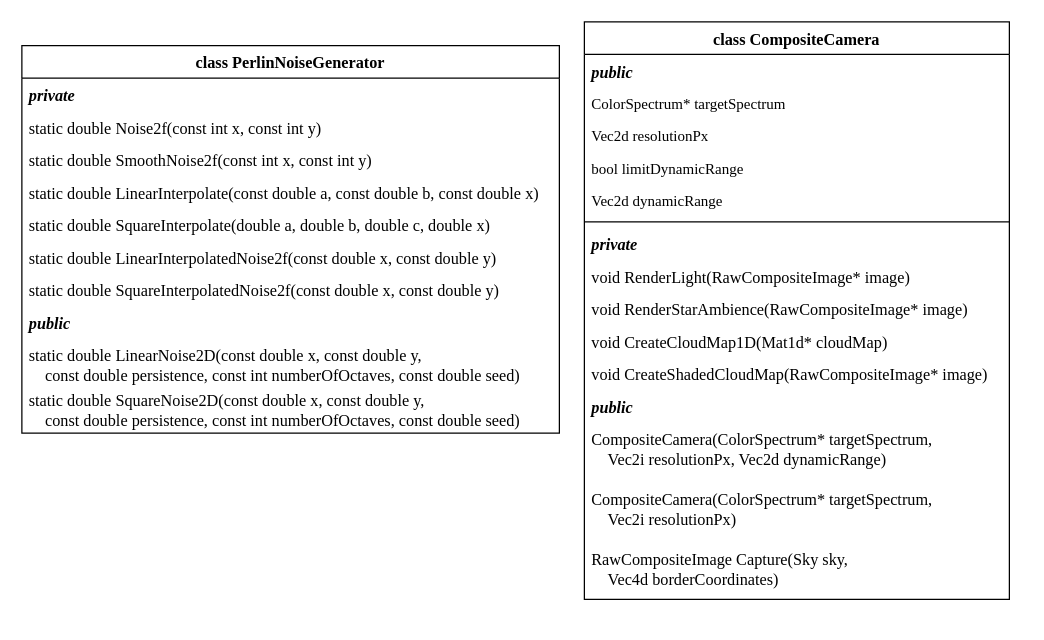
The draw.io diagram page "CompositeCamera" (4 of 8) of Docs/Class diagrams.drawio in SpatiumOwl/ComplexSky-2.0, before the edit. Source tidied: cells renumbered, new cells numbered last; positions are measured from the earlier drawing's top-left corner, leaving out a move shared by most shapes. Both pictures are drawn from the tidied source at 125%, with x=0, y=0 at pixel (21, 21).
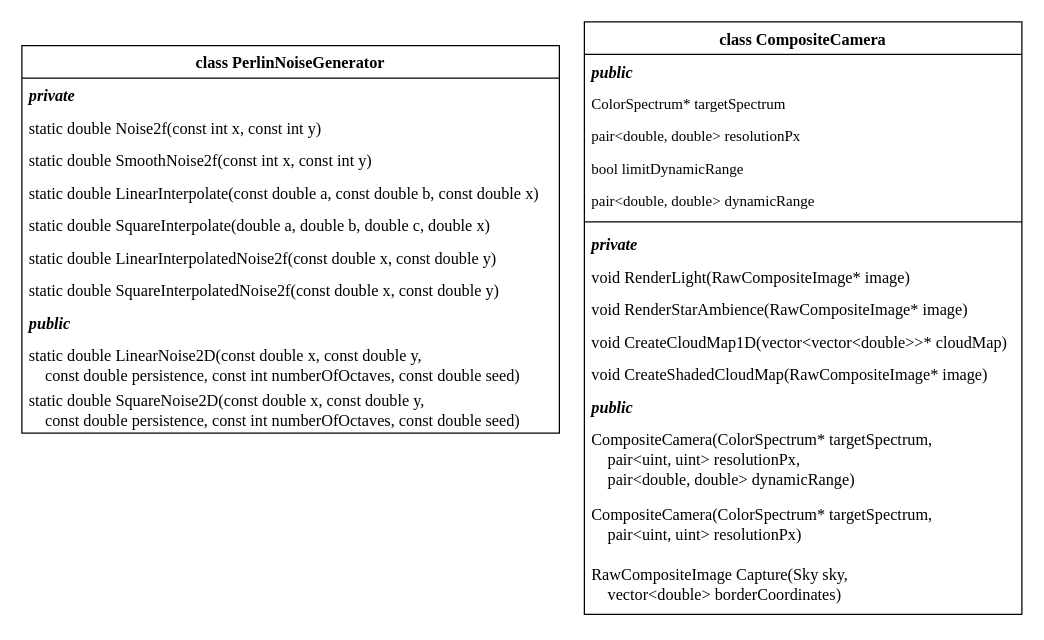
Above is the later version.

The edit, as a diff of the source:
```diff
@@
     <mxCell id="2" value="class CompositeCamera" style="swimlane;fontStyle=1;align=center;verticalAlign=top;horizontal=1;startSize=26;fontFamily=Times New Roman;fontSize=13;" parent="1" vertex="1">
-      <mxGeometry x="450" width="340" height="462" as="geometry" />
+      <mxGeometry x="450" width="350" height="474" as="geometry" />
     </mxCell>
     <mxCell id="3" value="public" style="text;strokeColor=none;fillColor=none;align=left;verticalAlign=top;spacingLeft=4;spacingRight=4;overflow=hidden;fontStyle=3;fontFamily=Times New Roman;fontSize=13;" parent="2" vertex="1">
-      <mxGeometry y="26" width="340" height="26" as="geometry" />
+      <mxGeometry y="26" width="350" height="26" as="geometry" />
     </mxCell>
     <mxCell id="4" value="&lt;font face=&quot;Times New Roman&quot;&gt;ColorSpectrum* targetSpectrum&lt;/font&gt;" style="text;strokeColor=none;fillColor=none;align=left;verticalAlign=top;spacingLeft=4;spacingRight=4;overflow=hidden;whiteSpace=wrap;html=1;" parent="2" vertex="1">
-      <mxGeometry y="52" width="340" height="26" as="geometry" />
+      <mxGeometry y="52" width="350" height="26" as="geometry" />
     </mxCell>
-    <mxCell id="5" value="&lt;font face=&quot;Times New Roman&quot;&gt;Vec2d resolutionPx&lt;/font&gt;" style="text;strokeColor=none;fillColor=none;align=left;verticalAlign=top;spacingLeft=4;spacingRight=4;overflow=hidden;whiteSpace=wrap;html=1;" parent="2" vertex="1">
-      <mxGeometry y="78" width="340" height="26" as="geometry" />
+    <mxCell id="5" value="&lt;font face=&quot;Times New Roman&quot;&gt;pair&amp;lt;double, double&amp;gt;&amp;nbsp;resolutionPx&lt;/font&gt;" style="text;strokeColor=none;fillColor=none;align=left;verticalAlign=top;spacingLeft=4;spacingRight=4;overflow=hidden;whiteSpace=wrap;html=1;" parent="2" vertex="1">
+      <mxGeometry y="78" width="350" height="26" as="geometry" />
     </mxCell>
     <mxCell id="6" value="bool limitDynamicRange" style="text;strokeColor=none;fillColor=none;align=left;verticalAlign=top;spacingLeft=4;spacingRight=4;overflow=hidden;whiteSpace=wrap;html=1;fontFamily=Times New Roman;" parent="2" vertex="1">
-      <mxGeometry y="104" width="340" height="26" as="geometry" />
+      <mxGeometry y="104" width="350" height="26" as="geometry" />
     </mxCell>
-    <mxCell id="7" value="Vec2d dynamicRange" style="text;strokeColor=none;fillColor=none;align=left;verticalAlign=top;spacingLeft=4;spacingRight=4;overflow=hidden;whiteSpace=wrap;html=1;fontFamily=Times New Roman;" parent="2" vertex="1">
-      <mxGeometry y="130" width="340" height="26" as="geometry" />
+    <mxCell id="7" value="pair&amp;lt;double, double&amp;gt;&amp;nbsp;dynamicRange" style="text;strokeColor=none;fillColor=none;align=left;verticalAlign=top;spacingLeft=4;spacingRight=4;overflow=hidden;whiteSpace=wrap;html=1;fontFamily=Times New Roman;" parent="2" vertex="1">
+      <mxGeometry y="130" width="350" height="26" as="geometry" />
     </mxCell>
     <mxCell id="8" style="line;strokeWidth=1;fillColor=none;align=left;verticalAlign=middle;spacingTop=-1;spacingLeft=3;spacingRight=3;labelPosition=right;fontFamily=Times New Roman;fontSize=13;" parent="2" vertex="1">
-      <mxGeometry y="156" width="340" height="8" as="geometry" />
+      <mxGeometry y="156" width="350" height="8" as="geometry" />
     </mxCell>
     <mxCell id="9" value="private" style="text;strokeColor=none;fillColor=none;align=left;verticalAlign=top;spacingLeft=4;spacingRight=4;overflow=hidden;fontStyle=3;fontFamily=Times New Roman;fontSize=13;" parent="2" vertex="1">
-      <mxGeometry y="164" width="340" height="26" as="geometry" />
+      <mxGeometry y="164" width="350" height="26" as="geometry" />
     </mxCell>
     <mxCell id="10" value="void RenderLight(RawCompositeImage* image)" style="text;strokeColor=none;fillColor=none;align=left;verticalAlign=top;spacingLeft=4;spacingRight=4;overflow=hidden;fontFamily=Times New Roman;fontSize=13;" parent="2" vertex="1">
-      <mxGeometry y="190" width="340" height="26" as="geometry" />
+      <mxGeometry y="190" width="350" height="26" as="geometry" />
     </mxCell>
     <mxCell id="11" value="void RenderStarAmbience(RawCompositeImage* image)" style="text;strokeColor=none;fillColor=none;align=left;verticalAlign=top;spacingLeft=4;spacingRight=4;overflow=hidden;fontFamily=Times New Roman;fontSize=13;" parent="2" vertex="1">
-      <mxGeometry y="216" width="340" height="26" as="geometry" />
+      <mxGeometry y="216" width="350" height="26" as="geometry" />
     </mxCell>
-    <mxCell id="12" value="void CreateCloudMap1D(Mat1d* cloudMap)" style="text;strokeColor=none;fillColor=none;align=left;verticalAlign=top;spacingLeft=4;spacingRight=4;overflow=hidden;fontFamily=Times New Roman;fontSize=13;" parent="2" vertex="1">
-      <mxGeometry y="242" width="340" height="26" as="geometry" />
+    <mxCell id="12" value="void CreateCloudMap1D(vector&lt;vector&lt;double&gt;&gt;* cloudMap)" style="text;strokeColor=none;fillColor=none;align=left;verticalAlign=top;spacingLeft=4;spacingRight=4;overflow=hidden;fontFamily=Times New Roman;fontSize=13;" parent="2" vertex="1">
+      <mxGeometry y="242" width="350" height="26" as="geometry" />
     </mxCell>
     <mxCell id="13" value="void CreateShadedCloudMap(RawCompositeImage* image)" style="text;strokeColor=none;fillColor=none;align=left;verticalAlign=top;spacingLeft=4;spacingRight=4;overflow=hidden;fontFamily=Times New Roman;fontSize=13;" parent="2" vertex="1">
-      <mxGeometry y="268" width="340" height="26" as="geometry" />
+      <mxGeometry y="268" width="350" height="26" as="geometry" />
     </mxCell>
     <mxCell id="14" value="public" style="text;strokeColor=none;fillColor=none;align=left;verticalAlign=top;spacingLeft=4;spacingRight=4;overflow=hidden;fontStyle=3;fontFamily=Times New Roman;fontSize=13;" parent="2" vertex="1">
-      <mxGeometry y="294" width="340" height="26" as="geometry" />
+      <mxGeometry y="294" width="350" height="26" as="geometry" />
     </mxCell>
-    <mxCell id="15" value="CompositeCamera(ColorSpectrum* targetSpectrum, &#10;    Vec2i resolutionPx, Vec2d dynamicRange)" style="text;strokeColor=none;fillColor=none;align=left;verticalAlign=top;spacingLeft=4;spacingRight=4;overflow=hidden;fontFamily=Times New Roman;fontSize=13;" parent="2" vertex="1">
-      <mxGeometry y="320" width="340" height="48" as="geometry" />
+    <mxCell id="15" value="CompositeCamera(ColorSpectrum* targetSpectrum, &#10;    pair&lt;uint, uint&gt; resolutionPx, &#10;    pair&lt;double, double&gt; dynamicRange)" style="text;strokeColor=none;fillColor=none;align=left;verticalAlign=top;spacingLeft=4;spacingRight=4;overflow=hidden;fontFamily=Times New Roman;fontSize=13;" parent="2" vertex="1">
+      <mxGeometry y="320" width="350" height="60" as="geometry" />
     </mxCell>
-    <mxCell id="16" value="CompositeCamera(ColorSpectrum* targetSpectrum, &#10;    Vec2i resolutionPx)" style="text;strokeColor=none;fillColor=none;align=left;verticalAlign=top;spacingLeft=4;spacingRight=4;overflow=hidden;fontFamily=Times New Roman;fontSize=13;" parent="2" vertex="1">
-      <mxGeometry y="368" width="340" height="48" as="geometry" />
+    <mxCell id="16" value="CompositeCamera(ColorSpectrum* targetSpectrum, &#10;    pair&lt;uint, uint&gt; resolutionPx)" style="text;strokeColor=none;fillColor=none;align=left;verticalAlign=top;spacingLeft=4;spacingRight=4;overflow=hidden;fontFamily=Times New Roman;fontSize=13;" parent="2" vertex="1">
+      <mxGeometry y="380" width="350" height="48" as="geometry" />
     </mxCell>
-    <mxCell id="17" value="RawCompositeImage Capture(Sky sky, &#10;    Vec4d borderCoordinates)" style="text;strokeColor=none;fillColor=none;align=left;verticalAlign=top;spacingLeft=4;spacingRight=4;overflow=hidden;fontFamily=Times New Roman;fontSize=13;" parent="2" vertex="1">
-      <mxGeometry y="416" width="340" height="46" as="geometry" />
+    <mxCell id="17" value="RawCompositeImage Capture(Sky sky, &#10;    vector&lt;double&gt; borderCoordinates)" style="text;strokeColor=none;fillColor=none;align=left;verticalAlign=top;spacingLeft=4;spacingRight=4;overflow=hidden;fontFamily=Times New Roman;fontSize=13;" parent="2" vertex="1">
+      <mxGeometry y="428" width="350" height="46" as="geometry" />
     </mxCell>
```
